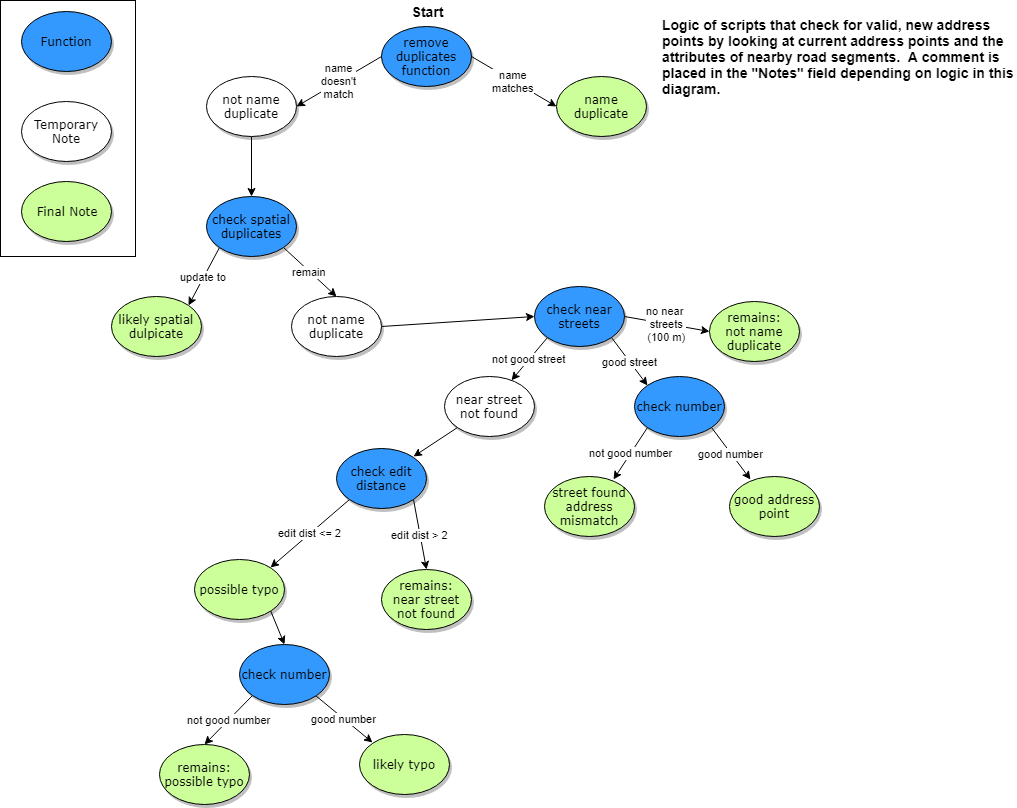
Before: Find Address Points - Script Logic.png, a diagram exported from draw.io (eneemann/spillman). Source tidied: cells renumbered, new cells last; positions are measured from the earlier drawing's top-left corner, leaving out a move shared by most shapes. Its diagram source:
```xml
<mxGraphModel background="#ffffff">
  <root>
    <mxCell id="0" />
    <mxCell id="1" parent="0" />
    <mxCell id="2" value="remove duplicates&lt;br&gt;function&lt;br&gt;" style="ellipse;whiteSpace=wrap;html=1;rounded=0;shadow=1;comic=0;labelBackgroundColor=none;strokeColor=#000000;strokeWidth=1;fillColor=#3399FF;fontFamily=Verdana;fontSize=12;fontColor=#000000;align=center;" parent="1" vertex="1">
      <mxGeometry x="381" y="26" width="90" height="60" as="geometry" />
    </mxCell>
    <mxCell id="3" value="name&lt;br&gt;doesn't&lt;br&gt;match&lt;br&gt;" style="endArrow=classic;html=1;exitX=0;exitY=0.5;exitDx=0;exitDy=0;entryX=1;entryY=0.5;entryDx=0;entryDy=0;" parent="1" edge="1" source="2" target="7">
      <mxGeometry relative="1" as="geometry" />
    </mxCell>
    <mxCell id="4" value="name&lt;br&gt;matches&lt;br&gt;" style="endArrow=classic;html=1;exitX=1;exitY=0.5;exitDx=0;exitDy=0;entryX=0;entryY=0.5;entryDx=0;entryDy=0;" parent="1" edge="1" source="2" target="11">
      <mxGeometry relative="1" as="geometry" />
    </mxCell>
    <mxCell id="5" value="good street" style="edgeStyle=none;jettySize=auto;html=1;exitX=1;exitY=1;exitDx=0;exitDy=0;entryX=0;entryY=0;entryDx=0;entryDy=0;" parent="1" edge="1" source="19" target="14">
      <mxGeometry relative="1" as="geometry" />
    </mxCell>
    <mxCell id="6" style="edgeStyle=none;jettySize=auto;html=1;exitX=0.5;exitY=1;exitDx=0;exitDy=0;entryX=0.5;entryY=0;entryDx=0;entryDy=0;" parent="1" edge="1" source="7" target="22">
      <mxGeometry relative="1" as="geometry" />
    </mxCell>
    <mxCell id="7" value="not name duplicate" style="ellipse;whiteSpace=wrap;html=1;rounded=0;shadow=1;comic=0;labelBackgroundColor=none;strokeColor=#000000;strokeWidth=1;fillColor=#FFFFFF;fontFamily=Verdana;fontSize=12;fontColor=#000000;align=center;" parent="1" vertex="1">
      <mxGeometry x="206" y="76" width="90" height="60" as="geometry" />
    </mxCell>
    <mxCell id="8" value="edit dist &amp;lt;= 2&lt;br&gt;" style="edgeStyle=none;jettySize=auto;html=1;entryX=1;entryY=0;entryDx=0;entryDy=0;exitX=0;exitY=1;exitDx=0;exitDy=0;" parent="1" edge="1" source="36" target="27">
      <mxGeometry relative="1" as="geometry" />
    </mxCell>
    <mxCell id="9" style="edgeStyle=none;rounded=0;jettySize=auto;html=1;exitX=0;exitY=1;exitDx=0;exitDy=0;entryX=1;entryY=0;entryDx=0;entryDy=0;" parent="1" edge="1" source="10" target="36">
      <mxGeometry relative="1" as="geometry" />
    </mxCell>
    <mxCell id="10" value="near street not found" style="ellipse;whiteSpace=wrap;html=1;rounded=0;shadow=1;comic=0;labelBackgroundColor=none;strokeColor=#000000;strokeWidth=1;fillColor=#FFFFFF;fontFamily=Verdana;fontSize=12;fontColor=#000000;align=center;" parent="1" vertex="1">
      <mxGeometry x="444" y="376" width="90" height="60" as="geometry" />
    </mxCell>
    <mxCell id="11" value="name duplicate" style="ellipse;whiteSpace=wrap;html=1;rounded=0;shadow=1;comic=0;labelBackgroundColor=none;strokeColor=#000000;strokeWidth=1;fillColor=#CCFF99;fontFamily=Verdana;fontSize=12;fontColor=#000000;align=center;" parent="1" vertex="1">
      <mxGeometry x="556" y="76" width="90" height="60" as="geometry" />
    </mxCell>
    <mxCell id="12" value="not good number" style="edgeStyle=none;jettySize=auto;html=1;exitX=0;exitY=1;exitDx=0;exitDy=0;entryX=0.767;entryY=0.05;entryDx=0;entryDy=0;entryPerimeter=0;" parent="1" edge="1" source="14" target="16">
      <mxGeometry relative="1" as="geometry" />
    </mxCell>
    <mxCell id="13" value="good number" style="edgeStyle=none;jettySize=auto;html=1;exitX=1;exitY=1;exitDx=0;exitDy=0;entryX=0.233;entryY=0.05;entryDx=0;entryDy=0;entryPerimeter=0;" parent="1" edge="1" source="14" target="17">
      <mxGeometry relative="1" as="geometry" />
    </mxCell>
    <mxCell id="14" value="check number" style="ellipse;whiteSpace=wrap;html=1;rounded=0;shadow=1;comic=0;labelBackgroundColor=none;strokeColor=#000000;strokeWidth=1;fillColor=#3399FF;fontFamily=Verdana;fontSize=12;fontColor=#000000;align=center;" parent="1" vertex="1">
      <mxGeometry x="634" y="376" width="90" height="60" as="geometry" />
    </mxCell>
    <mxCell id="15" value="not good street" style="endArrow=classic;html=1;exitX=0;exitY=1;exitDx=0;exitDy=0;" parent="1" edge="1" source="19" target="10">
      <mxGeometry relative="1" as="geometry" />
    </mxCell>
    <mxCell id="16" value="street found address mismatch&lt;br&gt;" style="ellipse;whiteSpace=wrap;html=1;rounded=0;shadow=1;comic=0;labelBackgroundColor=none;strokeColor=#000000;strokeWidth=1;fillColor=#CCFF99;fontFamily=Verdana;fontSize=12;fontColor=#000000;align=center;" parent="1" vertex="1">
      <mxGeometry x="544" y="476" width="90" height="60" as="geometry" />
    </mxCell>
    <mxCell id="17" value="good address point" style="ellipse;whiteSpace=wrap;html=1;rounded=0;shadow=1;comic=0;labelBackgroundColor=none;strokeColor=#000000;strokeWidth=1;fillColor=#CCFF99;fontFamily=Verdana;fontSize=12;fontColor=#000000;align=center;" parent="1" vertex="1">
      <mxGeometry x="729" y="476" width="90" height="60" as="geometry" />
    </mxCell>
    <mxCell id="18" value="no near&amp;nbsp;&lt;br&gt;streets&lt;br&gt;(100 m)&lt;br&gt;" style="rounded=0;jettySize=auto;html=1;exitX=1;exitY=0.5;exitDx=0;exitDy=0;entryX=0;entryY=0.5;entryDx=0;entryDy=0;" parent="1" edge="1" source="19" target="33">
      <mxGeometry relative="1" as="geometry" />
    </mxCell>
    <mxCell id="19" value="check near streets" style="ellipse;whiteSpace=wrap;html=1;rounded=0;shadow=1;comic=0;labelBackgroundColor=none;strokeColor=#000000;strokeWidth=1;fillColor=#3399FF;fontFamily=Verdana;fontSize=12;fontColor=#000000;align=center;" parent="1" vertex="1">
      <mxGeometry x="534" y="286" width="90" height="60" as="geometry" />
    </mxCell>
    <mxCell id="20" value="update to" style="edgeStyle=none;jettySize=auto;html=1;exitX=0;exitY=1;exitDx=0;exitDy=0;entryX=1;entryY=0;entryDx=0;entryDy=0;" parent="1" edge="1" source="22" target="23">
      <mxGeometry relative="1" as="geometry" />
    </mxCell>
    <mxCell id="21" value="remain" style="edgeStyle=none;jettySize=auto;html=1;exitX=1;exitY=1;exitDx=0;exitDy=0;entryX=0.5;entryY=0;entryDx=0;entryDy=0;" parent="1" edge="1" source="22" target="25">
      <mxGeometry relative="1" as="geometry" />
    </mxCell>
    <mxCell id="22" value="check spatial duplicates" style="ellipse;whiteSpace=wrap;html=1;rounded=0;shadow=1;comic=0;labelBackgroundColor=none;strokeColor=#000000;strokeWidth=1;fillColor=#3399FF;fontFamily=Verdana;fontSize=12;fontColor=#000000;align=center;" parent="1" vertex="1">
      <mxGeometry x="206" y="196" width="90" height="60" as="geometry" />
    </mxCell>
    <mxCell id="23" value="likely spatial dulpicate" style="ellipse;whiteSpace=wrap;html=1;rounded=0;shadow=1;comic=0;labelBackgroundColor=none;strokeColor=#000000;strokeWidth=1;fillColor=#CCFF99;fontFamily=Verdana;fontSize=12;fontColor=#000000;align=center;" parent="1" vertex="1">
      <mxGeometry x="111" y="296" width="90" height="60" as="geometry" />
    </mxCell>
    <mxCell id="24" style="edgeStyle=none;jettySize=auto;html=1;exitX=1;exitY=0.5;exitDx=0;exitDy=0;entryX=0;entryY=0.5;entryDx=0;entryDy=0;" parent="1" edge="1" source="25" target="19">
      <mxGeometry relative="1" as="geometry" />
    </mxCell>
    <mxCell id="25" value="not name duplicate" style="ellipse;whiteSpace=wrap;html=1;rounded=0;shadow=1;comic=0;labelBackgroundColor=none;strokeColor=#000000;strokeWidth=1;fillColor=#FFFFFF;fontFamily=Verdana;fontSize=12;fontColor=#000000;align=center;" parent="1" vertex="1">
      <mxGeometry x="291" y="296" width="90" height="60" as="geometry" />
    </mxCell>
    <mxCell id="26" style="edgeStyle=none;jettySize=auto;html=1;exitX=1;exitY=1;exitDx=0;exitDy=0;entryX=0.5;entryY=0;entryDx=0;entryDy=0;" parent="1" edge="1" source="27" target="31">
      <mxGeometry relative="1" as="geometry" />
    </mxCell>
    <mxCell id="27" value="possible typo" style="ellipse;whiteSpace=wrap;html=1;rounded=0;shadow=1;comic=0;labelBackgroundColor=none;strokeColor=#000000;strokeWidth=1;fillColor=#CCFF99;fontFamily=Verdana;fontSize=12;fontColor=#000000;align=center;" parent="1" vertex="1">
      <mxGeometry x="193.5" y="558.5" width="90" height="60" as="geometry" />
    </mxCell>
    <mxCell id="28" value="likely typo" style="ellipse;whiteSpace=wrap;html=1;rounded=0;shadow=1;comic=0;labelBackgroundColor=none;strokeColor=#000000;strokeWidth=1;fillColor=#CCFF99;fontFamily=Verdana;fontSize=12;fontColor=#000000;align=center;" parent="1" vertex="1">
      <mxGeometry x="358.5" y="733.5" width="90" height="60" as="geometry" />
    </mxCell>
    <mxCell id="29" value="not good number&lt;br&gt;" style="edgeStyle=none;jettySize=auto;html=1;exitX=0;exitY=1;exitDx=0;exitDy=0;entryX=0.5;entryY=0;entryDx=0;entryDy=0;" parent="1" edge="1" source="31" target="32">
      <mxGeometry relative="1" as="geometry" />
    </mxCell>
    <mxCell id="30" value="good number" style="edgeStyle=none;jettySize=auto;html=1;exitX=1;exitY=1;exitDx=0;exitDy=0;entryX=0;entryY=0;entryDx=0;entryDy=0;" parent="1" edge="1" source="31" target="28">
      <mxGeometry relative="1" as="geometry" />
    </mxCell>
    <mxCell id="31" value="check number" style="ellipse;whiteSpace=wrap;html=1;rounded=0;shadow=1;comic=0;labelBackgroundColor=none;strokeColor=#000000;strokeWidth=1;fillColor=#3399FF;fontFamily=Verdana;fontSize=12;fontColor=#000000;align=center;" parent="1" vertex="1">
      <mxGeometry x="238.5" y="643.5" width="90" height="60" as="geometry" />
    </mxCell>
    <mxCell id="32" value="remains:&lt;br&gt;possible typo" style="ellipse;whiteSpace=wrap;html=1;rounded=0;shadow=1;comic=0;labelBackgroundColor=none;strokeColor=#000000;strokeWidth=1;fillColor=#CCFF99;fontFamily=Verdana;fontSize=12;fontColor=#000000;align=center;" parent="1" vertex="1">
      <mxGeometry x="158.5" y="743.5" width="90" height="60" as="geometry" />
    </mxCell>
    <mxCell id="33" value="remains:&lt;br&gt;not name duplicate&lt;br&gt;" style="ellipse;whiteSpace=wrap;html=1;rounded=0;shadow=1;comic=0;labelBackgroundColor=none;strokeColor=#000000;strokeWidth=1;fillColor=#CCFF99;fontFamily=Verdana;fontSize=12;fontColor=#000000;align=center;" parent="1" vertex="1">
      <mxGeometry x="709" y="301" width="90" height="60" as="geometry" />
    </mxCell>
    <mxCell id="34" value="remains:&lt;br&gt;near street not found" style="ellipse;whiteSpace=wrap;html=1;rounded=0;shadow=1;comic=0;labelBackgroundColor=none;strokeColor=#000000;strokeWidth=1;fillColor=#CCFF99;fontFamily=Verdana;fontSize=12;fontColor=#000000;align=center;" parent="1" vertex="1">
      <mxGeometry x="381" y="568.5" width="90" height="60" as="geometry" />
    </mxCell>
    <mxCell id="35" value="edit dist &amp;gt; 2" style="edgeStyle=none;rounded=0;jettySize=auto;html=1;exitX=1;exitY=1;exitDx=0;exitDy=0;entryX=0.5;entryY=0;entryDx=0;entryDy=0;" parent="1" edge="1" source="36" target="34">
      <mxGeometry relative="1" as="geometry" />
    </mxCell>
    <mxCell id="36" value="check edit distance" style="ellipse;whiteSpace=wrap;html=1;rounded=0;shadow=1;comic=0;labelBackgroundColor=none;strokeColor=#000000;strokeWidth=1;fillColor=#3399FF;fontFamily=Verdana;fontSize=12;fontColor=#000000;align=center;" parent="1" vertex="1">
      <mxGeometry x="336" y="447.5" width="90" height="60" as="geometry" />
    </mxCell>
    <mxCell id="37" value="Function&lt;br&gt;" style="ellipse;whiteSpace=wrap;html=1;rounded=0;shadow=1;comic=0;labelBackgroundColor=none;strokeColor=#000000;strokeWidth=1;fillColor=#3399FF;fontFamily=Verdana;fontSize=12;fontColor=#000000;align=center;" parent="1" vertex="1">
      <mxGeometry x="21" y="11" width="90" height="60" as="geometry" />
    </mxCell>
    <mxCell id="38" value="&lt;div style=&quot;text-align: left&quot;&gt;&lt;b&gt;&lt;font style=&quot;font-size: 14px&quot;&gt;Logic of scripts that check for valid, new address points by looking at current address points and the attributes of nearby road segments.&amp;nbsp; A comment is placed in the &quot;Notes&quot; field depending on logic in this diagram.&lt;/font&gt;&lt;/b&gt;&lt;/div&gt;" style="text;html=1;strokeColor=none;fillColor=none;align=center;verticalAlign=middle;whiteSpace=wrap;rounded=0;" parent="1" vertex="1">
      <mxGeometry x="661" y="6" width="355" height="100" as="geometry" />
    </mxCell>
    <mxCell id="39" value="&lt;div style=&quot;text-align: left&quot;&gt;&lt;b&gt;&lt;font style=&quot;font-size: 14px&quot;&gt;Start&lt;/font&gt;&lt;/b&gt;&lt;/div&gt;" style="text;html=1;strokeColor=none;fillColor=none;align=center;verticalAlign=middle;whiteSpace=wrap;rounded=0;" parent="1" vertex="1">
      <mxGeometry x="373.5" y="1" width="105" height="20" as="geometry" />
    </mxCell>
    <mxCell id="40" value="Temporary Note&lt;br&gt;" style="ellipse;whiteSpace=wrap;html=1;rounded=0;shadow=1;comic=0;labelBackgroundColor=none;strokeColor=#000000;strokeWidth=1;fillColor=#FFFFFF;fontFamily=Verdana;fontSize=12;fontColor=#000000;align=center;" parent="1" vertex="1">
      <mxGeometry x="21" y="101" width="90" height="60" as="geometry" />
    </mxCell>
    <mxCell id="41" value="Final Note&lt;br&gt;" style="ellipse;whiteSpace=wrap;html=1;rounded=0;shadow=1;comic=0;labelBackgroundColor=none;strokeColor=#000000;strokeWidth=1;fillColor=#CCFF99;fontFamily=Verdana;fontSize=12;fontColor=#000000;align=center;" parent="1" vertex="1">
      <mxGeometry x="21" y="181" width="90" height="60" as="geometry" />
    </mxCell>
    <mxCell id="42" style="rounded=0;whiteSpace=wrap;html=1;fillColor=none;strokeColor=#000000;" parent="1" vertex="1">
      <mxGeometry width="135" height="256" as="geometry" />
    </mxCell>
  </root>
</mxGraphModel>
```
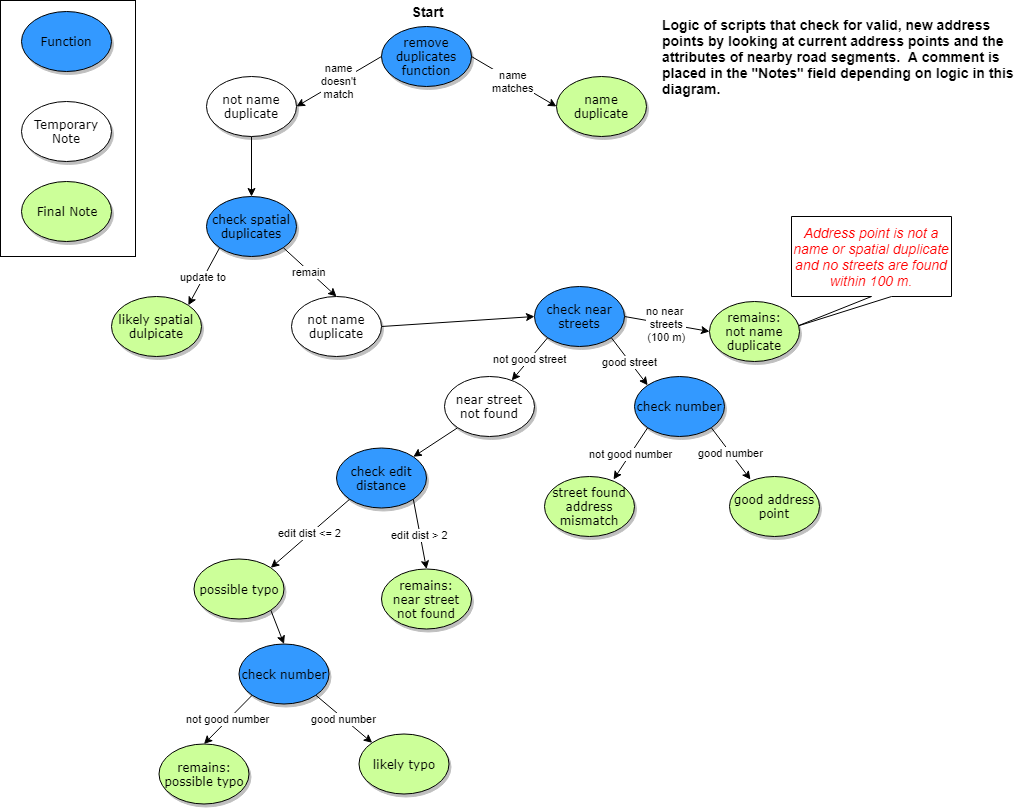
After the commit.

Commit message:
updated graphic to add callout

Change to the diagram source:
```diff
@@ -2,6 +2,9 @@
   <root>
     <mxCell id="0" />
     <mxCell id="1" parent="0" />
+    <mxCell id="43" value="&lt;i style=&quot;color: rgb(255 , 0 , 0) ; font-size: 14px ; text-align: left ; white-space: normal&quot;&gt;Address point is not a name or spatial duplicate and no streets are found within 100 m.&lt;/i&gt;" style="shape=callout;whiteSpace=wrap;html=1;perimeter=calloutPerimeter;position2=0.03;" parent="1" vertex="1">
+      <mxGeometry x="791" y="216" width="160" height="110" as="geometry" />
+    </mxCell>
     <mxCell id="2" value="remove duplicates&lt;br&gt;function&lt;br&gt;" style="ellipse;whiteSpace=wrap;html=1;rounded=0;shadow=1;comic=0;labelBackgroundColor=none;strokeColor=#000000;strokeWidth=1;fillColor=#3399FF;fontFamily=Verdana;fontSize=12;fontColor=#000000;align=center;" parent="1" vertex="1">
       <mxGeometry x="381" y="26" width="90" height="60" as="geometry" />
     </mxCell>
```
